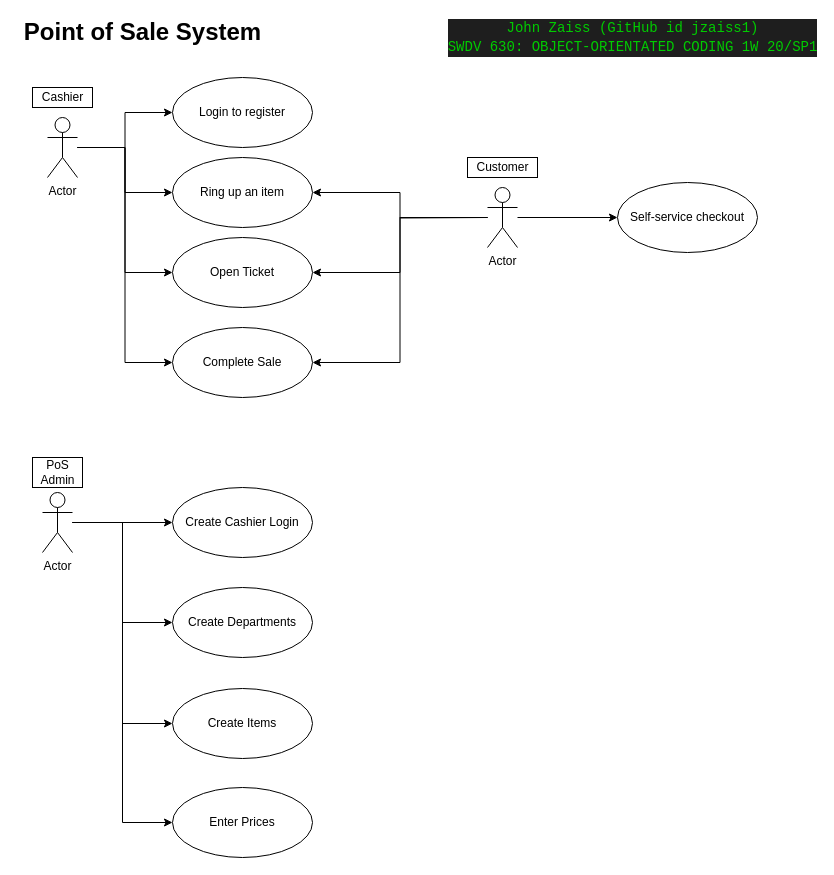
jzaiss1/swdv630-final-project keeps this draw.io diagram as docs/pos-use-case-bubble-diagram-swdv630-jzaiss1.drawio. Above is the earlier version. Source tidied: cells renumbered, new cells numbered last; positions are measured from the earlier drawing's top-left corner, leaving out a move shared by most shapes. Both pictures are drawn from the tidied source at 100%, with x=0, y=0 at pixel (17, 17).
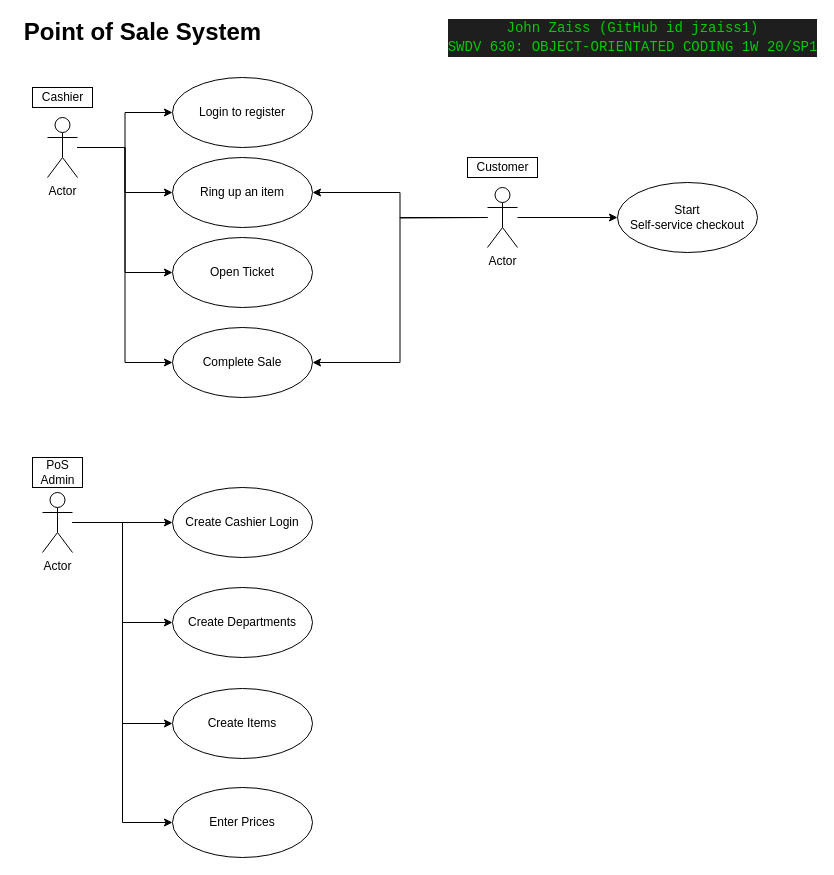
The same diagram, later.

Commit message (it also covers changes not shown here):
updated use case bubble diagrams

The change refers to these unchanged cells:
```xml
<mxCell id="18" value="&lt;div&gt;Open Ticket&lt;/div&gt;" style="ellipse;whiteSpace=wrap;html=1;strokeColor=#000000;fontSize=12;" parent="1" vertex="1">
  <mxGeometry x="155" y="220" width="140" height="70" as="geometry" />
</mxCell>
<mxCell id="25" value="Actor" style="shape=umlActor;verticalLabelPosition=bottom;labelBackgroundColor=#ffffff;verticalAlign=top;html=1;outlineConnect=0;" parent="1" vertex="1">
  <mxGeometry x="470" y="170" width="30" height="60" as="geometry" />
</mxCell>
```

Diff of the diagram source:
```diff
@@
-    <mxCell id="23" style="edgeStyle=orthogonalEdgeStyle;rounded=0;jettySize=auto;html=1;entryX=1;entryY=0.5;entryDx=0;entryDy=0;fontSize=12;" parent="1" edge="1" source="25" target="18">
-      <mxGeometry relative="1" as="geometry" />
-    </mxCell>
@@
-    <mxCell id="27" value="&lt;div&gt;Self-service checkout&lt;/div&gt;" style="ellipse;whiteSpace=wrap;html=1;strokeColor=#000000;fontSize=12;" parent="1" vertex="1">
+    <mxCell id="27" value="&lt;div&gt;Start&lt;/div&gt;&lt;div&gt;Self-service checkout&lt;/div&gt;" style="ellipse;whiteSpace=wrap;html=1;strokeColor=#000000;fontSize=12;" parent="1" vertex="1">
       <mxGeometry x="600" y="165" width="140" height="70" as="geometry" />
     </mxCell>
```
